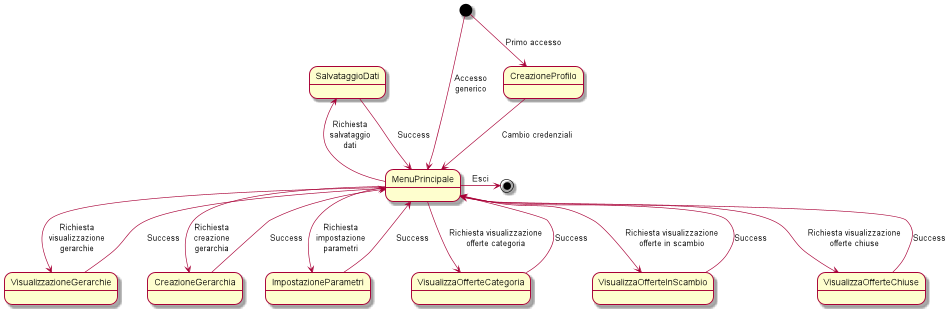
The PlantUML diagram images/imagesV4/State Diagram Configuratore - Versione 4.0.png in eletoo/inge_del_software, before a commit. The source it was exported from:
```plantuml
@startuml
scale 950 width
[*] --> CreazioneProfilo : Primo accesso
CreazioneProfilo --> MenuPrincipale: Cambio credenziali
[*] --> MenuPrincipale: Accesso\ngenerico
MenuPrincipale -left-> SalvataggioDati: Richiesta\nsalvataggio\ndati
MenuPrincipale --> VisualizzazioneGerarchie: Richiesta\nvisualizzazione\ngerarchie
SalvataggioDati --> MenuPrincipale: Success
VisualizzazioneGerarchie -right-> MenuPrincipale: Success
MenuPrincipale --> CreazioneGerarchia: Richiesta\ncreazione\ngerarchia
CreazioneGerarchia --> MenuPrincipale: Success
MenuPrincipale --> ImpostazioneParametri: Richiesta\nimpostazione\nparametri
ImpostazioneParametri --> MenuPrincipale: Success
VisualizzaOfferteCategoria --> MenuPrincipale: Success
MenuPrincipale --> VisualizzaOfferteCategoria: Richiesta visualizzazione\nofferte categoria
VisualizzaOfferteInScambio --> MenuPrincipale: Success
MenuPrincipale --> VisualizzaOfferteInScambio: Richiesta visualizzazione\nofferte in scambio
VisualizzaOfferteChiuse --> MenuPrincipale: Success
MenuPrincipale --> VisualizzaOfferteChiuse: Richiesta visualizzazione\nofferte chiuse


MenuPrincipale -right-> [*]: Esci
@enduml
```
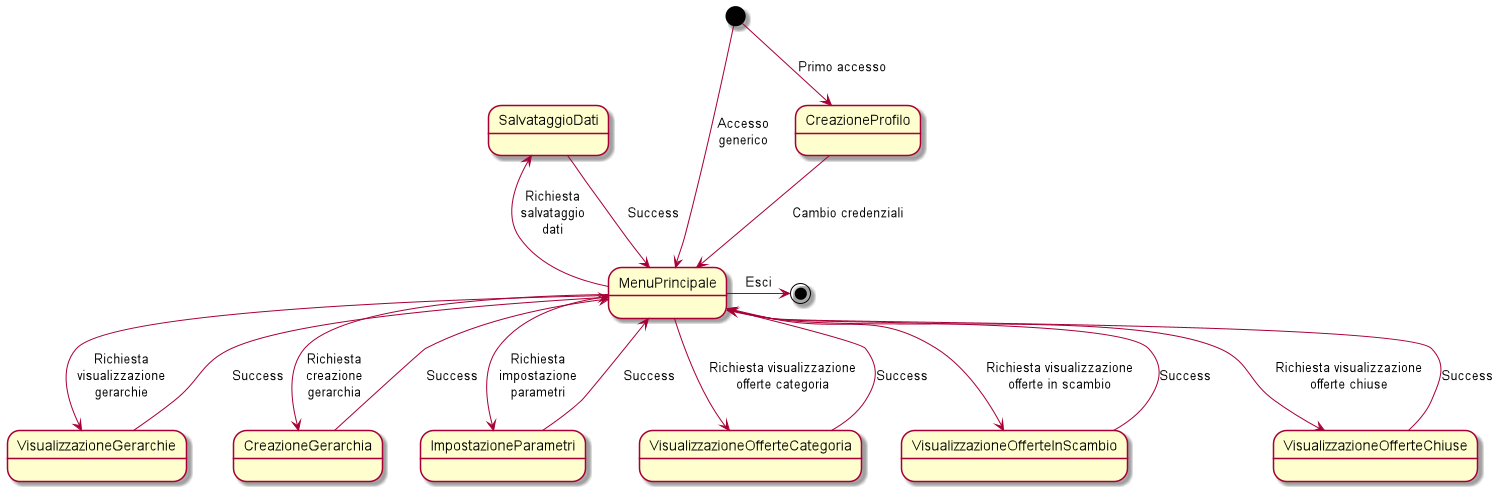
Above is the later version.

Change to the diagram source:
```diff
@@ -1,5 +1,5 @@
 @startuml
-scale 950 width
+scale 1500 width
 [*] --> CreazioneProfilo : Primo accesso
 CreazioneProfilo --> MenuPrincipale: Cambio credenziali
 [*] --> MenuPrincipale: Accesso\ngenerico
@@ -11,12 +11,12 @@
 CreazioneGerarchia --> MenuPrincipale: Success
 MenuPrincipale --> ImpostazioneParametri: Richiesta\nimpostazione\nparametri
 ImpostazioneParametri --> MenuPrincipale: Success
-VisualizzaOfferteCategoria --> MenuPrincipale: Success
-MenuPrincipale --> VisualizzaOfferteCategoria: Richiesta visualizzazione\nofferte categoria
-VisualizzaOfferteInScambio --> MenuPrincipale: Success
-MenuPrincipale --> VisualizzaOfferteInScambio: Richiesta visualizzazione\nofferte in scambio
-VisualizzaOfferteChiuse --> MenuPrincipale: Success
-MenuPrincipale --> VisualizzaOfferteChiuse: Richiesta visualizzazione\nofferte chiuse
+VisualizzazioneOfferteCategoria --> MenuPrincipale: Success
+MenuPrincipale --> VisualizzazioneOfferteCategoria: Richiesta visualizzazione\nofferte categoria
+VisualizzazioneOfferteInScambio --> MenuPrincipale: Success
+MenuPrincipale --> VisualizzazioneOfferteInScambio: Richiesta visualizzazione\nofferte in scambio
+VisualizzazioneOfferteChiuse --> MenuPrincipale: Success
+MenuPrincipale --> VisualizzazioneOfferteChiuse: Richiesta visualizzazione\nofferte chiuse
 
 
 MenuPrincipale -right-> [*]: Esci
```
